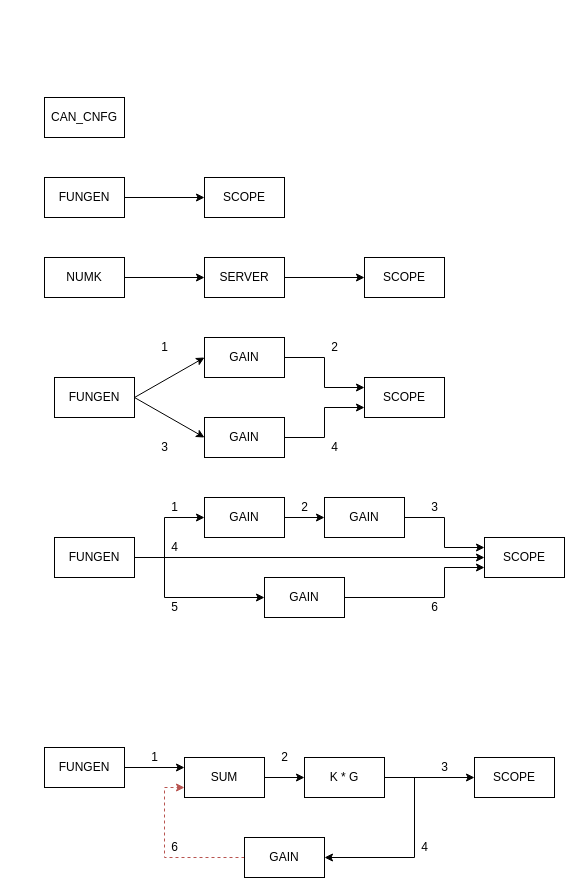
This is DOCS/GRAPHS/res/grafos1.drawio from YecidMorenoUSP/ExoControl, a draw.io file, before an edit. Source tidied: cells renumbered, new cells numbered last; positions are measured from the earlier drawing's top-left corner, leaving out a move shared by most shapes. Both pictures are drawn from the tidied source at 100%, with x=0, y=0 at pixel (44, 97).
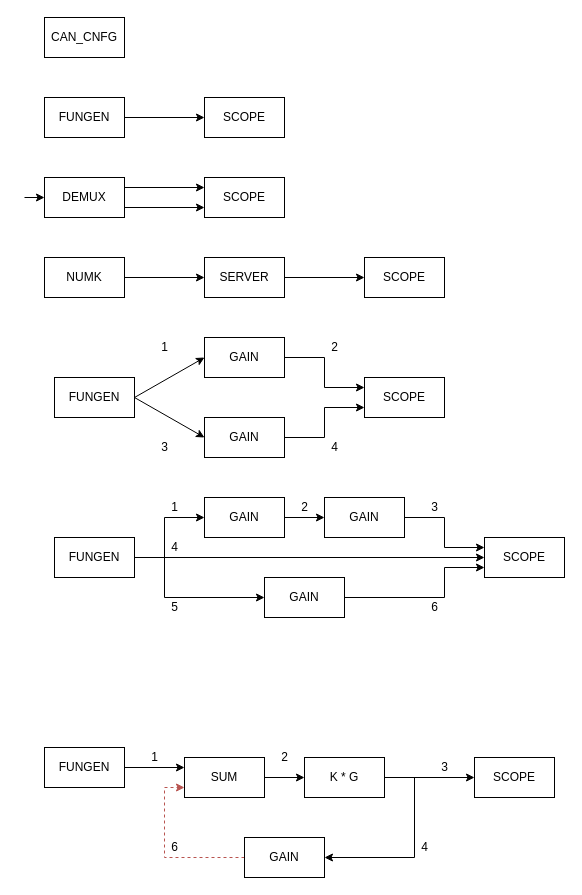
After the change.

Change to the diagram source:
```diff
@@
     <mxCell id="2" value="FUNGEN" style="rounded=0;whiteSpace=wrap;html=1;" parent="1" vertex="1">
-      <mxGeometry y="80" width="80" height="40" as="geometry" />
+      <mxGeometry width="80" height="40" as="geometry" />
     </mxCell>
     <mxCell id="3" value="SCOPE" style="rounded=0;whiteSpace=wrap;html=1;" parent="1" vertex="1">
-      <mxGeometry x="160" y="80" width="80" height="40" as="geometry" />
+      <mxGeometry x="160" width="80" height="40" as="geometry" />
     </mxCell>
@@
     <mxCell id="39" value="CAN_CNFG" style="rounded=0;whiteSpace=wrap;html=1;" parent="1" vertex="1">
-      <mxGeometry width="80" height="40" as="geometry" />
+      <mxGeometry y="-80" width="80" height="40" as="geometry" />
     </mxCell>
@@
+    <mxCell id="55" style="edgeStyle=orthogonalEdgeStyle;rounded=0;jettySize=auto;html=1;exitX=1;exitY=0.75;exitDx=0;exitDy=0;entryX=0;entryY=0.75;entryDx=0;entryDy=0;" parent="1" edge="1" source="56" target="57">
+      <mxGeometry relative="1" as="geometry" />
+    </mxCell>
+    <mxCell id="56" value="DEMUX" style="rounded=0;whiteSpace=wrap;html=1;" parent="1" vertex="1">
+      <mxGeometry y="80" width="80" height="40" as="geometry" />
+    </mxCell>
+    <mxCell id="57" value="SCOPE" style="rounded=0;whiteSpace=wrap;html=1;" parent="1" vertex="1">
+      <mxGeometry x="160" y="80" width="80" height="40" as="geometry" />
+    </mxCell>
+    <mxCell id="58" style="endArrow=classic;html=1;exitX=1;exitY=0.25;exitDx=0;exitDy=0;entryX=0;entryY=0.25;entryDx=0;entryDy=0;" parent="1" edge="1" source="56" target="57">
+      <mxGeometry relative="1" as="geometry" />
+    </mxCell>
+    <mxCell id="59" style="endArrow=classic;html=1;entryX=0;entryY=0.5;entryDx=0;entryDy=0;" parent="1" edge="1" target="56">
+      <mxGeometry relative="1" as="geometry">
+        <mxPoint x="-20" y="100" as="sourcePoint" />
+      </mxGeometry>
+    </mxCell>
```
